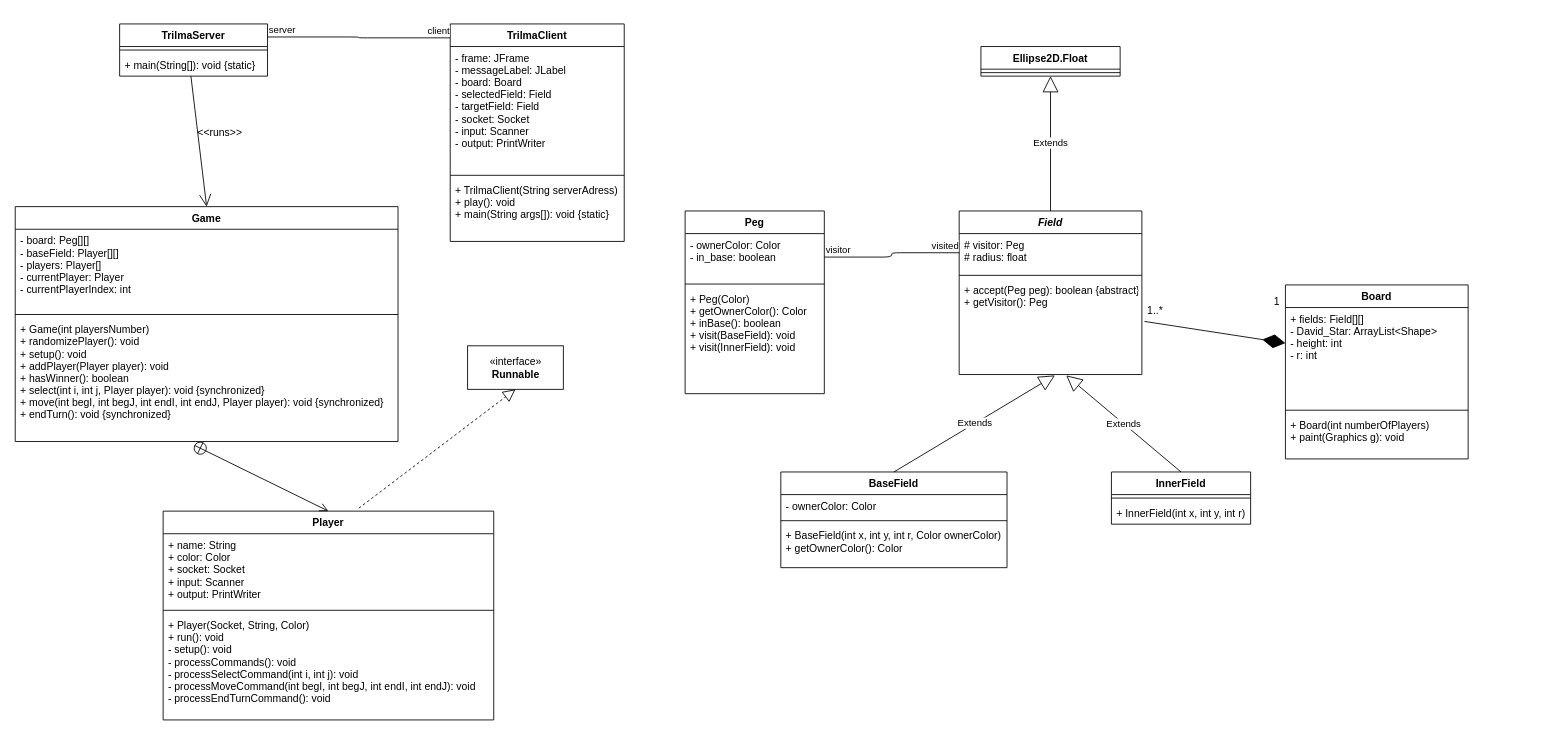
Chelkos/TP_L4-chinese-checkers keeps this draw.io diagram as class_diagram.drawio. Above is the earlier version. Source tidied: cells renumbered, new cells numbered last; positions are measured from the earlier drawing's top-left corner, leaving out a move shared by most shapes. Both pictures are drawn from the tidied source at 87%, with x=0, y=0 at pixel (15, 23).
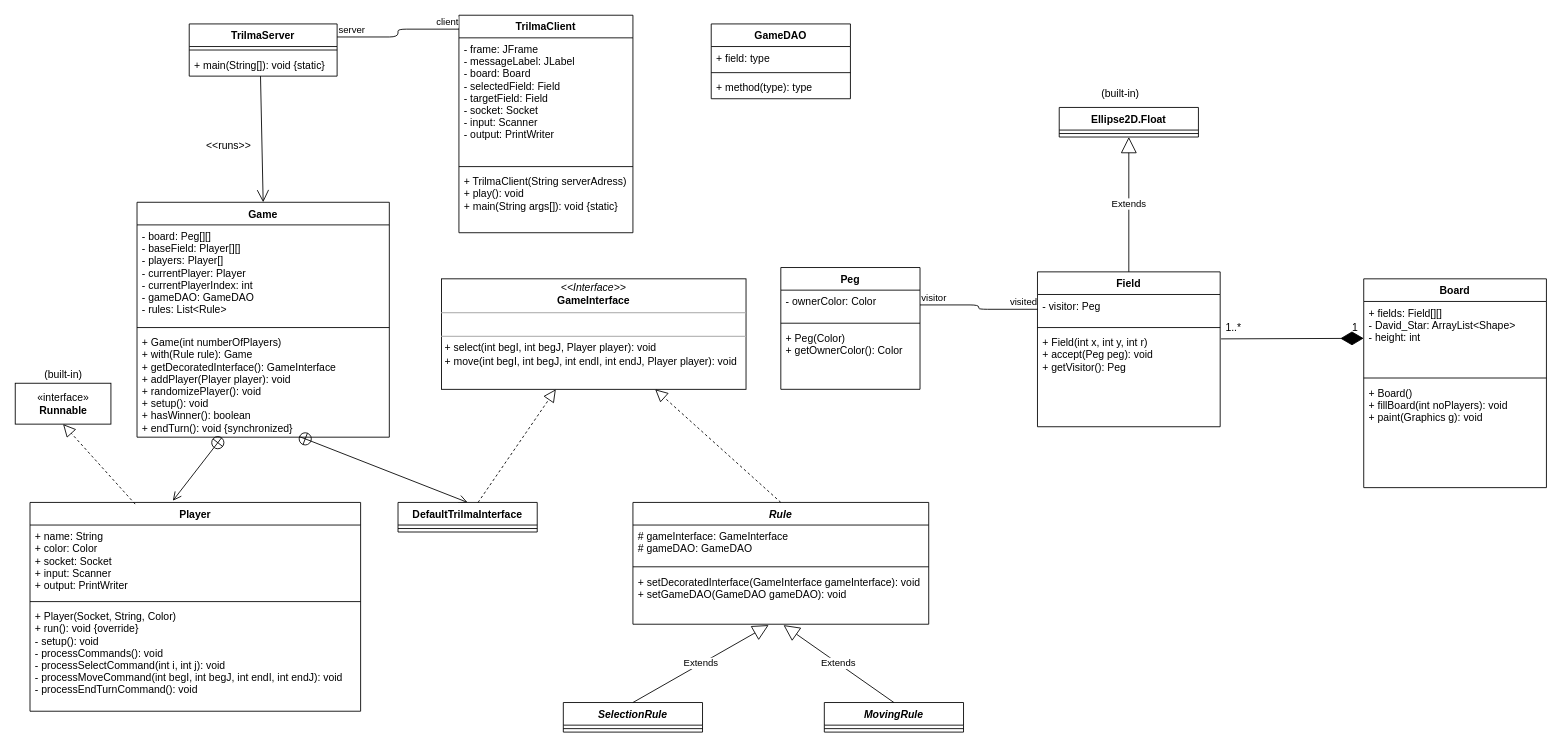
After the change.

Commit message:
Major changes caused by adding Decorator pattern and change of Field concept

The edit, as a diff of the source:
```diff
@@
-    <mxCell id="2" style="endArrow=diamondThin;endFill=1;endSize=24;html=1;exitX=1.014;exitY=0.445;exitDx=0;exitDy=0;exitPerimeter=0;" parent="1" edge="1" source="23" target="50">
+    <mxCell id="2" style="endArrow=diamondThin;endFill=1;endSize=24;html=1;exitX=1.005;exitY=0.082;exitDx=0;exitDy=0;exitPerimeter=0;" parent="1" edge="1" source="23" target="50">
       <mxGeometry relative="1" as="geometry" />
     </mxCell>
     <mxCell id="3" value="1..*" style="text;html=1;align=center;verticalAlign=middle;" parent="1" vertex="1">
-      <mxGeometry x="1295" y="320" width="30" height="20" as="geometry" />
+      <mxGeometry x="1385" y="340" width="30" height="20" as="geometry" />
     </mxCell>
     <mxCell id="4" value="1" style="text;html=1;align=center;verticalAlign=middle;" parent="1" vertex="1">
-      <mxGeometry x="1440" y="310" width="20" height="20" as="geometry" />
+      <mxGeometry x="1530" y="340" width="20" height="20" as="geometry" />
     </mxCell>
     <mxCell id="5" value="TrilmaServer" style="swimlane;fontStyle=1;align=center;verticalAlign=top;horizontal=1;startSize=26;" parent="1" vertex="1">
-      <mxGeometry x="120" width="170" height="60" as="geometry" />
+      <mxGeometry x="200" width="170" height="60" as="geometry" />
     </mxCell>
@@
     <mxCell id="8" value="TrilmaClient" style="swimlane;fontStyle=1;align=center;verticalAlign=top;horizontal=1;startSize=26;" parent="1" vertex="1">
-      <mxGeometry x="500" width="200" height="250" as="geometry" />
+      <mxGeometry x="510" y="-10" width="200" height="250" as="geometry" />
     </mxCell>
@@
     <mxCell id="12" value="Player" style="swimlane;fontStyle=1;align=center;verticalAlign=top;horizontal=1;startSize=26;" parent="1" vertex="1">
-      <mxGeometry x="170" y="560" width="380" height="240" as="geometry" />
+      <mxGeometry x="17" y="550" width="380" height="240" as="geometry" />
     </mxCell>
@@
-    <mxCell id="15" value="+ Player(Socket, String, Color)&#10;+ run(): void&#10;- setup(): void&#10;- processCommands(): void&#10;- processSelectCommand(int i, int j): void&#10;- processMoveCommand(int begI, int begJ, int endI, int endJ): void&#10;- processEndTurnCommand(): void" style="text;strokeColor=none;fillColor=none;align=left;verticalAlign=top;spacingLeft=4;spacingRight=4;overflow=hidden;" parent="12" vertex="1">
+    <mxCell id="15" value="+ Player(Socket, String, Color)&#10;+ run(): void {override}&#10;- setup(): void&#10;- processCommands(): void&#10;- processSelectCommand(int i, int j): void&#10;- processMoveCommand(int begI, int begJ, int endI, int endJ): void&#10;- processEndTurnCommand(): void" style="text;strokeColor=none;fillColor=none;align=left;verticalAlign=top;spacingLeft=4;spacingRight=4;overflow=hidden;" parent="12" vertex="1">
       <mxGeometry y="118" width="380" height="122" as="geometry" />
     </mxCell>
     <mxCell id="16" value="Peg" style="swimlane;fontStyle=1;align=center;verticalAlign=top;horizontal=1;startSize=26;" parent="1" vertex="1">
-      <mxGeometry x="770" y="215" width="160" height="210" as="geometry" />
+      <mxGeometry x="880" y="280" width="160" height="140" as="geometry" />
     </mxCell>
-    <mxCell id="17" value="- ownerColor: Color&#10;- in_base: boolean" style="text;strokeColor=none;fillColor=none;align=left;verticalAlign=top;spacingLeft=4;spacingRight=4;overflow=hidden;points=[[0,0.5],[1,0.5]];portConstraint=eastwest;" parent="16" vertex="1">
-      <mxGeometry y="26" width="160" height="54" as="geometry" />
+    <mxCell id="17" value="- ownerColor: Color" style="text;strokeColor=none;fillColor=none;align=left;verticalAlign=top;spacingLeft=4;spacingRight=4;overflow=hidden;points=[[0,0.5],[1,0.5]];portConstraint=eastwest;" parent="16" vertex="1">
+      <mxGeometry y="26" width="160" height="34" as="geometry" />
     </mxCell>
     <mxCell id="18" style="line;strokeWidth=1;fillColor=none;align=left;verticalAlign=middle;spacingTop=-1;spacingLeft=3;spacingRight=3;labelPosition=right;" parent="16" vertex="1">
-      <mxGeometry y="80" width="160" height="8" as="geometry" />
+      <mxGeometry y="60" width="160" height="8" as="geometry" />
     </mxCell>
-    <mxCell id="19" value="+ Peg(Color)&#10;+ getOwnerColor(): Color&#10;+ inBase(): boolean&#10;+ visit(BaseField): void&#10;+ visit(InnerField): void" style="text;strokeColor=none;fillColor=none;align=left;verticalAlign=top;spacingLeft=4;spacingRight=4;overflow=hidden;" parent="16" vertex="1">
-      <mxGeometry y="88" width="160" height="122" as="geometry" />
+    <mxCell id="19" value="+ Peg(Color)&#10;+ getOwnerColor(): Color&#10;" style="text;strokeColor=none;fillColor=none;align=left;verticalAlign=top;spacingLeft=4;spacingRight=4;overflow=hidden;" parent="16" vertex="1">
+      <mxGeometry y="68" width="160" height="72" as="geometry" />
     </mxCell>
-    <mxCell id="20" value="Field" style="swimlane;fontStyle=3;align=center;verticalAlign=top;horizontal=1;startSize=26;" parent="1" vertex="1">
-      <mxGeometry x="1085" y="215" width="210" height="188" as="geometry" />
+    <mxCell id="20" value="Field" style="swimlane;fontStyle=1;align=center;verticalAlign=top;horizontal=1;startSize=26;" parent="1" vertex="1">
+      <mxGeometry x="1175" y="285" width="210" height="178" as="geometry" />
     </mxCell>
-    <mxCell id="21" value="# visitor: Peg&#10;# radius: float" style="text;strokeColor=none;fillColor=none;align=left;verticalAlign=top;spacingLeft=4;spacingRight=4;overflow=hidden;points=[[0,0.5],[1,0.5]];portConstraint=eastwest;" parent="20" vertex="1">
-      <mxGeometry y="26" width="210" height="44" as="geometry" />
+    <mxCell id="21" value="- visitor: Peg" style="text;strokeColor=none;fillColor=none;align=left;verticalAlign=top;spacingLeft=4;spacingRight=4;overflow=hidden;points=[[0,0.5],[1,0.5]];portConstraint=eastwest;" parent="20" vertex="1">
+      <mxGeometry y="26" width="210" height="34" as="geometry" />
     </mxCell>
     <mxCell id="22" style="line;strokeWidth=1;fillColor=none;align=left;verticalAlign=middle;spacingTop=-1;spacingLeft=3;spacingRight=3;labelPosition=right;" parent="20" vertex="1">
-      <mxGeometry y="70" width="210" height="8" as="geometry" />
+      <mxGeometry y="60" width="210" height="8" as="geometry" />
     </mxCell>
-    <mxCell id="23" value="+ accept(Peg peg): boolean {abstract}&#10;+ getVisitor(): Peg" style="text;strokeColor=none;fillColor=none;align=left;verticalAlign=top;spacingLeft=4;spacingRight=4;overflow=hidden;points=[[0,0.5],[1,0.5]];portConstraint=eastwest;fontStyle=0;" parent="20" vertex="1">
-      <mxGeometry y="78" width="210" height="110" as="geometry" />
+    <mxCell id="23" value="+ Field(int x, int y, int r)&#10;+ accept(Peg peg): void&#10;+ getVisitor(): Peg" style="text;strokeColor=none;fillColor=none;align=left;verticalAlign=top;spacingLeft=4;spacingRight=4;overflow=hidden;points=[[0,0.5],[1,0.5]];portConstraint=eastwest;fontStyle=0;" parent="20" vertex="1">
+      <mxGeometry y="68" width="210" height="110" as="geometry" />
     </mxCell>
-    <mxCell id="24" value="BaseField" style="swimlane;fontStyle=1;align=center;verticalAlign=top;horizontal=1;startSize=26;" parent="1" vertex="1">
-      <mxGeometry x="880" y="515" width="260" height="110" as="geometry" />
-    </mxCell>
-    <mxCell id="25" value="- ownerColor: Color" style="text;strokeColor=none;fillColor=none;align=left;verticalAlign=top;spacingLeft=4;spacingRight=4;overflow=hidden;" parent="24" vertex="1">
-      <mxGeometry y="26" width="260" height="26" as="geometry" />
-    </mxCell>
-    <mxCell id="26" style="line;strokeWidth=1;fillColor=none;align=left;verticalAlign=middle;spacingTop=-1;spacingLeft=3;spacingRight=3;labelPosition=right;" parent="24" vertex="1">
-      <mxGeometry y="52" width="260" height="8" as="geometry" />
-    </mxCell>
-    <mxCell id="27" value="+ BaseField(int x, int y, int r, Color ownerColor)&#10;+ getOwnerColor(): Color" style="text;strokeColor=none;fillColor=none;align=left;verticalAlign=top;spacingLeft=4;spacingRight=4;overflow=hidden;" parent="24" vertex="1">
-      <mxGeometry y="60" width="260" height="50" as="geometry" />
-    </mxCell>
-    <mxCell id="28" value="InnerField" style="swimlane;fontStyle=1;align=center;verticalAlign=top;horizontal=1;startSize=26;" parent="1" vertex="1">
-      <mxGeometry x="1260" y="515" width="160" height="60" as="geometry" />
-    </mxCell>
-    <mxCell id="29" style="line;strokeWidth=1;fillColor=none;align=left;verticalAlign=middle;spacingTop=-1;spacingLeft=3;spacingRight=3;labelPosition=right;" parent="28" vertex="1">
-      <mxGeometry y="26" width="160" height="8" as="geometry" />
-    </mxCell>
-    <mxCell id="30" value="+ InnerField(int x, int y, int r)" style="text;strokeColor=none;fillColor=none;align=left;verticalAlign=top;spacingLeft=4;spacingRight=4;overflow=hidden;" parent="28" vertex="1">
-      <mxGeometry y="34" width="160" height="26" as="geometry" />
-    </mxCell>
-    <mxCell id="31" value="Extends" style="endArrow=block;endSize=16;endFill=0;html=1;exitX=0.5;exitY=0;exitDx=0;exitDy=0;entryX=0.524;entryY=1.009;entryDx=0;entryDy=0;entryPerimeter=0;" parent="1" edge="1" source="24" target="23">
-      <mxGeometry relative="1" as="geometry" />
-    </mxCell>
-    <mxCell id="32" value="Extends" style="endArrow=block;endSize=16;endFill=0;html=1;exitX=0.5;exitY=0;exitDx=0;exitDy=0;entryX=0.586;entryY=1.009;entryDx=0;entryDy=0;entryPerimeter=0;" parent="1" edge="1" source="28" target="23">
-      <mxGeometry relative="1" as="geometry" />
-    </mxCell>
     <mxCell id="33" value="Ellipse2D.Float" style="swimlane;fontStyle=1;align=center;verticalAlign=top;horizontal=1;startSize=26;" parent="1" vertex="1">
-      <mxGeometry x="1110" y="26" width="160" height="34" as="geometry" />
+      <mxGeometry x="1200" y="96" width="160" height="34" as="geometry" />
     </mxCell>
@@
     <mxCell id="36" value="Game" style="swimlane;fontStyle=1;align=center;verticalAlign=top;horizontal=1;startSize=26;" parent="1" vertex="1">
-      <mxGeometry y="210" width="440" height="270" as="geometry" />
+      <mxGeometry x="140" y="205" width="290" height="270" as="geometry" />
     </mxCell>
-    <mxCell id="37" value="- board: Peg[][]&#10;- baseField: Player[][]&#10;- players: Player[]&#10;- currentPlayer: Player&#10;- currentPlayerIndex: int" style="text;strokeColor=none;fillColor=none;align=left;verticalAlign=top;spacingLeft=4;spacingRight=4;overflow=hidden;" parent="36" vertex="1">
-      <mxGeometry y="26" width="440" height="94" as="geometry" />
+    <mxCell id="37" value="- board: Peg[][]&#10;- baseField: Player[][]&#10;- players: Player[]&#10;- currentPlayer: Player&#10;- currentPlayerIndex: int&#10;- gameDAO: GameDAO&#10;- rules: List&lt;Rule&gt;" style="text;strokeColor=none;fillColor=none;align=left;verticalAlign=top;spacingLeft=4;spacingRight=4;overflow=hidden;" parent="36" vertex="1">
+      <mxGeometry y="26" width="290" height="114" as="geometry" />
     </mxCell>
     <mxCell id="38" style="line;strokeWidth=1;fillColor=none;align=left;verticalAlign=middle;spacingTop=-1;spacingLeft=3;spacingRight=3;labelPosition=right;" parent="36" vertex="1">
-      <mxGeometry y="120" width="440" height="8" as="geometry" />
+      <mxGeometry y="140" width="290" height="8" as="geometry" />
     </mxCell>
-    <mxCell id="39" value="+ Game(int playersNumber)&#10;+ randomizePlayer(): void&#10;+ setup(): void&#10;+ addPlayer(Player player): void&#10;+ hasWinner(): boolean&#10;+ select(int i, int j, Player player): void {synchronized}&#10;+ move(int begI, int begJ, int endI, int endJ, Player player): void {synchronized}&#10;+ endTurn(): void {synchronized}" style="text;strokeColor=none;fillColor=none;align=left;verticalAlign=top;spacingLeft=4;spacingRight=4;overflow=hidden;points=[[0,0.5],[1,0.5]];portConstraint=eastwest;" parent="36" vertex="1">
-      <mxGeometry y="128" width="440" height="142" as="geometry" />
+    <mxCell id="39" value="+ Game(int numberOfPlayers)&#10;+ with(Rule rule): Game&#10;+ getDecoratedInterface(): GameInterface&#10;+ addPlayer(Player player): void&#10;+ randomizePlayer(): void&#10;+ setup(): void&#10;+ hasWinner(): boolean&#10;+ endTurn(): void {synchronized}" style="text;strokeColor=none;fillColor=none;align=left;verticalAlign=top;spacingLeft=4;spacingRight=4;overflow=hidden;points=[[0,0.5],[1,0.5]];portConstraint=eastwest;" parent="36" vertex="1">
+      <mxGeometry y="148" width="290" height="122" as="geometry" />
     </mxCell>
-    <mxCell id="40" style="endArrow=open;startArrow=circlePlus;endFill=0;startFill=0;endSize=8;html=1;exitX=0.467;exitY=1.029;exitDx=0;exitDy=0;exitPerimeter=0;entryX=0.5;entryY=0;entryDx=0;entryDy=0;" parent="1" edge="1" source="39" target="12">
+    <mxCell id="40" style="endArrow=open;startArrow=circlePlus;endFill=0;startFill=0;endSize=8;html=1;exitX=0.641;exitY=0.992;exitDx=0;exitDy=0;exitPerimeter=0;entryX=0.5;entryY=0;entryDx=0;entryDy=0;" parent="1" edge="1" source="39" target="62">
       <mxGeometry relative="1" as="geometry" />
     </mxCell>
@@
     <mxCell id="45" value="&amp;lt;&amp;lt;runs&amp;gt;&amp;gt;" style="text;html=1;align=center;verticalAlign=middle;" parent="1" vertex="1">
-      <mxGeometry x="200" y="115" width="70" height="20" as="geometry" />
+      <mxGeometry x="210" y="130" width="70" height="20" as="geometry" />
     </mxCell>
@@
     <mxCell id="49" value="Board" style="swimlane;fontStyle=1;align=center;verticalAlign=top;horizontal=1;startSize=26;" parent="1" vertex="1">
-      <mxGeometry x="1460" y="300" width="210" height="200" as="geometry" />
+      <mxGeometry x="1550" y="293" width="210" height="240" as="geometry" />
     </mxCell>
-    <mxCell id="50" value="+ fields: Field[][]&#10;- David_Star: ArrayList&lt;Shape&gt;&#10;- height: int&#10;- r: int" style="text;strokeColor=none;fillColor=none;align=left;verticalAlign=top;spacingLeft=4;spacingRight=4;overflow=hidden;points=[[0,0.5],[1,0.5]];portConstraint=eastwest;" parent="49" vertex="1">
-      <mxGeometry y="26" width="210" height="114" as="geometry" />
+    <mxCell id="50" value="+ fields: Field[][]&#10;- David_Star: ArrayList&lt;Shape&gt;&#10;- height: int" style="text;strokeColor=none;fillColor=none;align=left;verticalAlign=top;spacingLeft=4;spacingRight=4;overflow=hidden;points=[[0,0.5],[1,0.5]];portConstraint=eastwest;" parent="49" vertex="1">
+      <mxGeometry y="26" width="210" height="84" as="geometry" />
     </mxCell>
     <mxCell id="51" style="line;strokeWidth=1;fillColor=none;align=left;verticalAlign=middle;spacingTop=-1;spacingLeft=3;spacingRight=3;labelPosition=right;" parent="49" vertex="1">
-      <mxGeometry y="140" width="210" height="8" as="geometry" />
+      <mxGeometry y="110" width="210" height="8" as="geometry" />
     </mxCell>
-    <mxCell id="52" value="+ Board(int numberOfPlayers)&#10;+ paint(Graphics g): void" style="text;strokeColor=none;fillColor=none;align=left;verticalAlign=top;spacingLeft=4;spacingRight=4;overflow=hidden;" parent="49" vertex="1">
-      <mxGeometry y="148" width="210" height="52" as="geometry" />
+    <mxCell id="52" value="+ Board()&#10;+ fillBoard(int noPlayers): void&#10;+ paint(Graphics g): void" style="text;strokeColor=none;fillColor=none;align=left;verticalAlign=top;spacingLeft=4;spacingRight=4;overflow=hidden;" parent="49" vertex="1">
+      <mxGeometry y="118" width="210" height="122" as="geometry" />
     </mxCell>
     <mxCell id="53" value="«interface»&lt;br&gt;&lt;b&gt;Runnable&lt;/b&gt;" style="html=1;" parent="1" vertex="1">
-      <mxGeometry x="520" y="370" width="110" height="50" as="geometry" />
+      <mxGeometry y="413" width="110" height="47" as="geometry" />
     </mxCell>
-    <mxCell id="54" style="endArrow=block;dashed=1;endFill=0;endSize=12;html=1;exitX=0.592;exitY=-0.014;exitDx=0;exitDy=0;exitPerimeter=0;entryX=0.5;entryY=1;entryDx=0;entryDy=0;" parent="1" edge="1" source="12" target="53">
+    <mxCell id="54" style="endArrow=block;dashed=1;endFill=0;endSize=12;html=1;exitX=0.318;exitY=0.008;exitDx=0;exitDy=0;exitPerimeter=0;entryX=0.5;entryY=1;entryDx=0;entryDy=0;" parent="1" edge="1" source="12" target="53">
       <mxGeometry relative="1" as="geometry" />
     </mxCell>
+    <mxCell id="55" value="(built-in)" style="text;html=1;align=center;verticalAlign=middle;" parent="1" vertex="1">
+      <mxGeometry x="1240" y="70" width="60" height="20" as="geometry" />
+    </mxCell>
+    <mxCell id="56" value="(built-in)" style="text;html=1;align=center;verticalAlign=middle;" parent="1" vertex="1">
+      <mxGeometry x="25" y="393" width="60" height="20" as="geometry" />
+    </mxCell>
+    <mxCell id="57" value="GameDAO" style="swimlane;fontStyle=1;align=center;verticalAlign=top;horizontal=1;startSize=26;" parent="1" vertex="1">
+      <mxGeometry x="800" width="160" height="86" as="geometry" />
+    </mxCell>
+    <mxCell id="58" value="+ field: type" style="text;strokeColor=none;fillColor=none;align=left;verticalAlign=top;spacingLeft=4;spacingRight=4;overflow=hidden;" parent="57" vertex="1">
+      <mxGeometry y="26" width="160" height="26" as="geometry" />
+    </mxCell>
+    <mxCell id="59" style="line;strokeWidth=1;fillColor=none;align=left;verticalAlign=middle;spacingTop=-1;spacingLeft=3;spacingRight=3;labelPosition=right;" parent="57" vertex="1">
+      <mxGeometry y="52" width="160" height="8" as="geometry" />
+    </mxCell>
+    <mxCell id="60" value="+ method(type): type" style="text;strokeColor=none;fillColor=none;align=left;verticalAlign=top;spacingLeft=4;spacingRight=4;overflow=hidden;" parent="57" vertex="1">
+      <mxGeometry y="60" width="160" height="26" as="geometry" />
+    </mxCell>
+    <mxCell id="61" style="endArrow=open;startArrow=circlePlus;endFill=0;startFill=0;endSize=8;html=1;entryX=0.432;entryY=-0.008;entryDx=0;entryDy=0;entryPerimeter=0;" parent="1" edge="1" source="39" target="12">
+      <mxGeometry relative="1" as="geometry" />
+    </mxCell>
+    <mxCell id="62" value="DefaultTrilmaInterface" style="swimlane;fontStyle=1;align=center;verticalAlign=top;horizontal=1;startSize=26;" parent="1" vertex="1">
+      <mxGeometry x="440" y="550" width="160" height="34" as="geometry" />
+    </mxCell>
+    <mxCell id="63" style="line;strokeWidth=1;fillColor=none;align=left;verticalAlign=middle;spacingTop=-1;spacingLeft=3;spacingRight=3;labelPosition=right;" parent="62" vertex="1">
+      <mxGeometry y="26" width="160" height="8" as="geometry" />
+    </mxCell>
+    <mxCell id="64" value="&lt;p style=&quot;margin: 0px ; margin-top: 4px ; text-align: center&quot;&gt;&lt;i&gt;&amp;lt;&amp;lt;Interface&amp;gt;&amp;gt;&lt;/i&gt;&lt;br&gt;&lt;b&gt;GameInterface&lt;/b&gt;&lt;/p&gt;&lt;hr size=&quot;1&quot;&gt;&lt;p style=&quot;margin: 0px ; margin-left: 4px&quot;&gt;&lt;br&gt;&lt;/p&gt;&lt;hr size=&quot;1&quot;&gt;&lt;p style=&quot;margin: 0px ; margin-left: 4px&quot;&gt;+ select(int begI, int begJ, Player player): void&lt;br&gt;&lt;/p&gt;&lt;p style=&quot;margin: 0px ; margin-left: 4px&quot;&gt;+ move(int begI, int begJ, int endI, int endJ, Player player): void&lt;/p&gt;&lt;br&gt;&lt;p style=&quot;margin: 0px ; margin-left: 4px&quot;&gt;&lt;br&gt;&lt;/p&gt;" style="verticalAlign=top;align=left;overflow=fill;fontSize=12;fontFamily=Helvetica;html=1;" parent="1" vertex="1">
+      <mxGeometry x="490" y="293" width="350" height="127" as="geometry" />
+    </mxCell>
+    <mxCell id="65" style="endArrow=block;dashed=1;endFill=0;endSize=12;html=1;exitX=0.575;exitY=0;exitDx=0;exitDy=0;exitPerimeter=0;" parent="1" edge="1" source="62" target="64">
+      <mxGeometry relative="1" as="geometry" />
+    </mxCell>
+    <mxCell id="66" value="Rule" style="swimlane;fontStyle=3;align=center;verticalAlign=top;horizontal=1;startSize=26;" parent="1" vertex="1">
+      <mxGeometry x="710" y="550" width="340" height="140" as="geometry" />
+    </mxCell>
+    <mxCell id="67" value="# gameInterface: GameInterface&#10;# gameDAO: GameDAO" style="text;strokeColor=none;fillColor=none;align=left;verticalAlign=top;spacingLeft=4;spacingRight=4;overflow=hidden;" parent="66" vertex="1">
+      <mxGeometry y="26" width="340" height="44" as="geometry" />
+    </mxCell>
+    <mxCell id="68" style="line;strokeWidth=1;fillColor=none;align=left;verticalAlign=middle;spacingTop=-1;spacingLeft=3;spacingRight=3;labelPosition=right;" parent="66" vertex="1">
+      <mxGeometry y="70" width="340" height="8" as="geometry" />
+    </mxCell>
+    <mxCell id="69" value="+ setDecoratedInterface(GameInterface gameInterface): void&#10;+ setGameDAO(GameDAO gameDAO): void" style="text;strokeColor=none;fillColor=none;align=left;verticalAlign=top;spacingLeft=4;spacingRight=4;overflow=hidden;points=[[0,0.5],[1,0.5]];portConstraint=eastwest;" parent="66" vertex="1">
+      <mxGeometry y="78" width="340" height="62" as="geometry" />
+    </mxCell>
+    <mxCell id="70" style="endArrow=block;dashed=1;endFill=0;endSize=12;html=1;exitX=0.5;exitY=0;exitDx=0;exitDy=0;" parent="1" edge="1" source="66" target="64">
+      <mxGeometry relative="1" as="geometry" />
+    </mxCell>
+    <mxCell id="71" value="SelectionRule" style="swimlane;fontStyle=3;align=center;verticalAlign=top;horizontal=1;startSize=26;" parent="1" vertex="1">
+      <mxGeometry x="630" y="780" width="160" height="34" as="geometry" />
+    </mxCell>
+    <mxCell id="72" style="line;strokeWidth=1;fillColor=none;align=left;verticalAlign=middle;spacingTop=-1;spacingLeft=3;spacingRight=3;labelPosition=right;" parent="71" vertex="1">
+      <mxGeometry y="26" width="160" height="8" as="geometry" />
+    </mxCell>
+    <mxCell id="73" value="MovingRule" style="swimlane;fontStyle=3;align=center;verticalAlign=top;horizontal=1;startSize=26;" parent="1" vertex="1">
+      <mxGeometry x="930" y="780" width="160" height="34" as="geometry" />
+    </mxCell>
+    <mxCell id="74" style="line;strokeWidth=1;fillColor=none;align=left;verticalAlign=middle;spacingTop=-1;spacingLeft=3;spacingRight=3;labelPosition=right;" parent="73" vertex="1">
+      <mxGeometry y="26" width="160" height="8" as="geometry" />
+    </mxCell>
+    <mxCell id="75" value="Extends" style="endArrow=block;endSize=16;endFill=0;html=1;exitX=0.5;exitY=0;exitDx=0;exitDy=0;entryX=0.459;entryY=1.016;entryDx=0;entryDy=0;entryPerimeter=0;" parent="1" edge="1" source="71" target="69">
+      <mxGeometry relative="1" as="geometry" />
+    </mxCell>
+    <mxCell id="76" value="Extends" style="endArrow=block;endSize=16;endFill=0;html=1;exitX=0.5;exitY=0;exitDx=0;exitDy=0;entryX=0.509;entryY=1.016;entryDx=0;entryDy=0;entryPerimeter=0;" parent="1" edge="1" source="73" target="69">
+      <mxGeometry relative="1" as="geometry" />
+    </mxCell>
```
